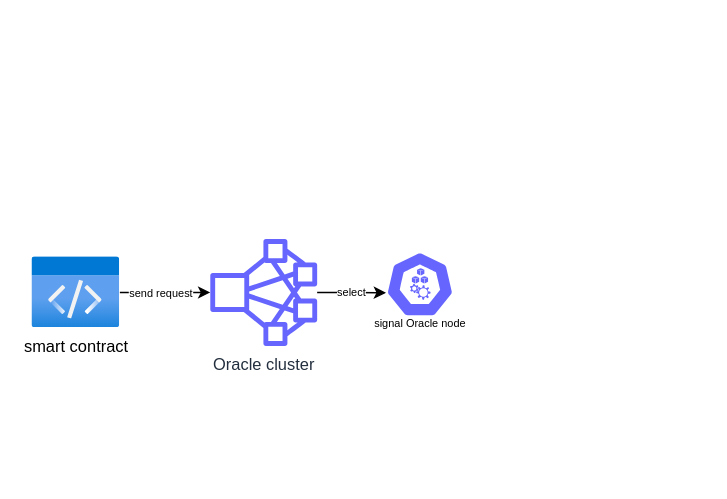
This is Untitled Diagram.drawio from MF0-ANT1SHY/DiagramFolder, a draw.io file, before an edit. Source tidied: cells renumbered, new cells numbered last; positions are measured from the earlier drawing's top-left corner, leaving out a move shared by most shapes. Both pictures are drawn from the tidied source at 137%, with x=0, y=0 at pixel (32, 238).
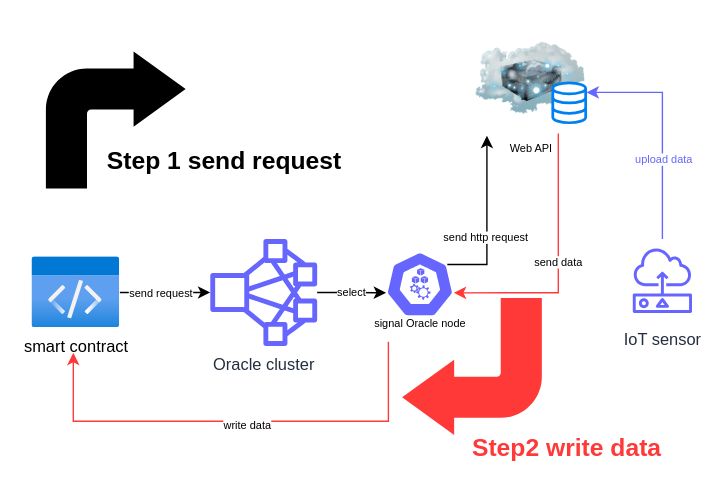
The same page after the edit.

The change refers to these unchanged cells:
```xml
<mxCell id="4" value="smart contract" style="html=1;points=[];align=center;image;fontSize=12;image=img/lib/azure2/general/Code.svg;" parent="1" vertex="1">
  <mxGeometry y="13" width="64" height="52" as="geometry" />
</mxCell>
<mxCell id="8" style="sketch=0;html=1;dashed=0;whitespace=wrap;fillColor=#6666FF;strokeColor=#ffffff;points=[[0.005,0.63,0],[0.1,0.2,0],[0.9,0.2,0],[0.5,0,0],[0.995,0.63,0],[0.72,0.99,0],[0.5,1,0],[0.28,0.99,0]];shape=mxgraph.kubernetes.icon;prIcon=node;fontSize=13;gradientColor=none;fillStyle=auto;" parent="7" vertex="1">
  <mxGeometry x="20" width="50" height="48" as="geometry" />
</mxCell>
<mxCell id="9" value="&lt;font style=&quot;font-size: 8px;&quot;&gt;signal Oracle node&lt;/font&gt;" style="text;html=1;align=center;verticalAlign=middle;points=[];fillColor=none;strokeColor=none;rounded=0;fillStyle=auto;fontSize=13;" parent="7" vertex="1">
  <mxGeometry y="36" width="90" height="30" as="geometry" />
</mxCell>
```

The edit, as a diff of the source:
```diff
@@
+    <mxCell id="10" style="group;" parent="1" vertex="1">
+      <mxGeometry x="324" y="-157" width="80" height="80" as="geometry" />
+    </mxCell>
+    <mxCell id="11" value="Web API" style="image;html=1;image=img/lib/clip_art/networking/Cloud_Server_128x128.png;fillStyle=auto;fontSize=8;fillColor=none;gradientColor=none;" parent="10" vertex="1">
+      <mxGeometry width="80" height="80" as="geometry" />
+    </mxCell>
+    <mxCell id="12" style="html=1;verticalLabelPosition=bottom;align=center;labelBackgroundColor=#ffffff;verticalAlign=top;strokeWidth=2;strokeColor=#0080F0;shadow=0;dashed=0;shape=mxgraph.ios7.icons.data;fillStyle=auto;fontSize=8;fillColor=default;gradientColor=none;" parent="10" vertex="1">
+      <mxGeometry x="56" y="43" width="24" height="29.1" as="geometry" />
+    </mxCell>
+    <mxCell id="13" style="edgeStyle=orthogonalEdgeStyle;rounded=0;jettySize=auto;html=1;exitX=0.9;exitY=0.2;exitDx=0;exitDy=0;exitPerimeter=0;entryX=0.099;entryY=1.02;entryDx=0;entryDy=0;entryPerimeter=0;fontSize=8;" parent="1" edge="1" source="8" target="11">
+      <mxGeometry relative="1" as="geometry" />
+    </mxCell>
+    <mxCell id="14" value="send http request" style="edgeLabel;html=1;align=center;verticalAlign=middle;fontSize=8;" parent="13" vertex="1">
+      <mxGeometry x="-0.2" y="1" relative="1" as="geometry" />
+    </mxCell>
+    <mxCell id="15" style="edgeStyle=orthogonalEdgeStyle;rounded=0;jettySize=auto;html=1;exitX=0.75;exitY=1;exitDx=0;exitDy=0;entryX=0.995;entryY=0.63;entryDx=0;entryDy=0;entryPerimeter=0;fontSize=8;strokeColor=#FF3838;" parent="1" edge="1" source="11" target="8">
+      <mxGeometry relative="1" as="geometry" />
+    </mxCell>
+    <mxCell id="16" value="send data" style="edgeLabel;html=1;align=center;verticalAlign=middle;fontSize=8;" parent="15" vertex="1">
+      <mxGeometry x="-0.03" y="-1" relative="1" as="geometry" />
+    </mxCell>
+    <mxCell id="17" style="edgeStyle=orthogonalEdgeStyle;rounded=0;jettySize=auto;html=1;entryX=0.469;entryY=1.346;entryDx=0;entryDy=0;entryPerimeter=0;strokeColor=#FF3838;fontSize=8;" parent="1" edge="1" source="9" target="4">
+      <mxGeometry relative="1" as="geometry">
+        <Array as="points">
+          <mxPoint x="260" y="133" />
+          <mxPoint x="30" y="133" />
+        </Array>
+      </mxGeometry>
+    </mxCell>
+    <mxCell id="18" value="write data" style="edgeLabel;html=1;align=center;verticalAlign=middle;fontSize=8;" parent="17" vertex="1">
+      <mxGeometry x="-0.16" y="2" relative="1" as="geometry">
+        <mxPoint x="-20" as="offset" />
+      </mxGeometry>
+    </mxCell>
+    <mxCell id="19" style="edgeStyle=orthogonalEdgeStyle;rounded=0;jettySize=auto;html=1;strokeColor=#6666FF;fontSize=8;fontColor=#6666FF;entryX=1.028;entryY=0.238;entryDx=0;entryDy=0;entryPerimeter=0;" parent="1" edge="1" source="21" target="12">
+      <mxGeometry relative="1" as="geometry">
+        <Array as="points">
+          <mxPoint x="460" y="-107" />
+        </Array>
+      </mxGeometry>
+    </mxCell>
+    <mxCell id="20" value="upload data" style="edgeLabel;html=1;align=center;verticalAlign=middle;fontSize=8;fontColor=#6666FF;" parent="19" vertex="1">
+      <mxGeometry x="-0.27" relative="1" as="geometry" />
+    </mxCell>
+    <mxCell id="21" value="IoT sensor" style="sketch=0;outlineConnect=0;fontColor=#232F3E;gradientColor=none;strokeColor=#6666FF;fillColor=#ffffff;dashed=0;verticalLabelPosition=bottom;verticalAlign=top;align=center;html=1;fontSize=12;fontStyle=0;shape=mxgraph.aws4.resourceIcon;resIcon=mxgraph.aws4.sensor;fillStyle=auto;" parent="1" vertex="1">
+      <mxGeometry x="430" width="60" height="60" as="geometry" />
+    </mxCell>
+    <mxCell id="22" style="html=1;shadow=0;dashed=0;align=center;verticalAlign=middle;shape=mxgraph.arrows2.bendArrow;dy=15;dx=38;notch=0;arrowHead=55;rounded=1;fillStyle=auto;strokeColor=none;fontSize=8;fontColor=#FF3838;fillColor=#FF3838;gradientColor=none;rotation=-180;" parent="1" vertex="1">
+      <mxGeometry x="270" y="43" width="102" height="100" as="geometry" />
+    </mxCell>
+    <mxCell id="23" style="html=1;shadow=0;dashed=0;align=center;verticalAlign=middle;shape=mxgraph.arrows2.bendArrow;dy=15;dx=38;notch=0;arrowHead=55;rounded=1;fillStyle=auto;strokeColor=none;fontSize=8;fontColor=#6666FF;fillColor=#000000;gradientColor=none;rotation=0;" parent="1" vertex="1">
+      <mxGeometry x="10" y="-137" width="102" height="100" as="geometry" />
+    </mxCell>
+    <mxCell id="24" value="&lt;font style=&quot;font-size: 18px;&quot;&gt;Step 1 send request&lt;/font&gt;" style="text;html=1;align=center;verticalAlign=middle;fillColor=none;strokeColor=none;rounded=0;fillStyle=auto;fontSize=8;fontColor=#000000;fontStyle=1;" parent="1" vertex="1">
+      <mxGeometry x="45" y="-77" width="190" height="40" as="geometry" />
+    </mxCell>
+    <mxCell id="25" value="&lt;font color=&quot;#ff3838&quot; style=&quot;font-size: 18px;&quot;&gt;Step2 write data&lt;/font&gt;" style="text;html=1;align=center;verticalAlign=middle;fillColor=none;strokeColor=none;rounded=0;fillStyle=auto;fontSize=8;fontColor=#000000;fontStyle=1;" parent="1" vertex="1">
+      <mxGeometry x="310" y="133" width="160" height="40" as="geometry" />
+    </mxCell>
```
